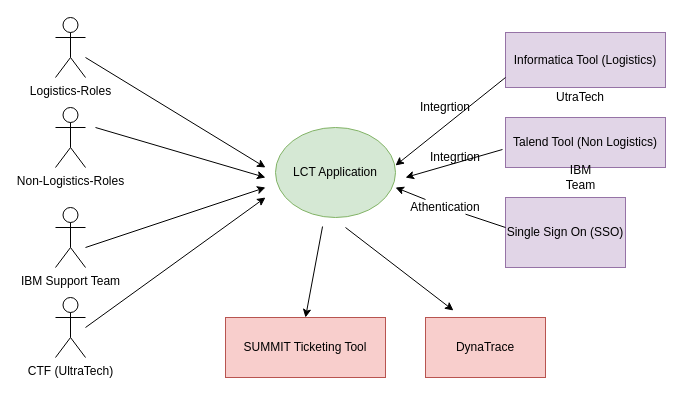
Above: page "LCT-context diagram" (4 of 4) of LCT.drawio in jmamatha/Playbooks (draw.io), before the change. Source tidied: cells renumbered, new cells numbered last; positions are measured from the earlier drawing's top-left corner, leaving out a move shared by most shapes. Both pictures are drawn from the tidied source at 100%, with x=0, y=0 at pixel (55, 17).
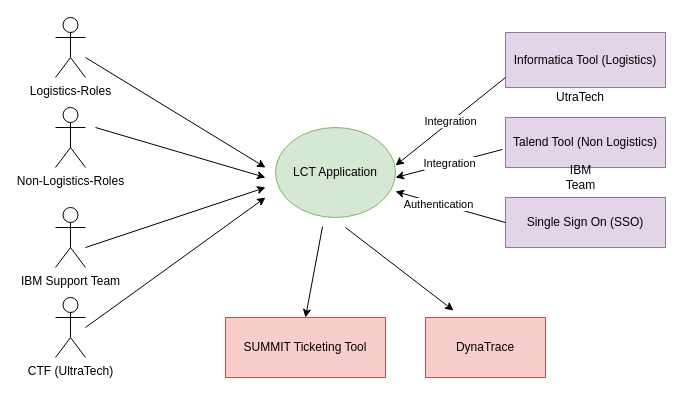
The same diagram, later.

The change refers to these unchanged cells:
```xml
<mxCell id="12" value="LCT Application" style="ellipse;whiteSpace=wrap;html=1;fillColor=#d5e8d4;strokeColor=#82b366;" parent="1" vertex="1">
  <mxGeometry x="220" y="110" width="120" height="90" as="geometry" />
</mxCell>
<mxCell id="20" value="Talend Tool (Non Logistics)" style="rounded=0;whiteSpace=wrap;html=1;fillColor=#e1d5e7;strokeColor=#9673a6;" parent="1" vertex="1">
  <mxGeometry x="450" y="100" width="160" height="50" as="geometry" />
</mxCell>
```

Change to the diagram source:
```diff
@@
     <mxCell id="13" value="Single Sign On (SSO)" style="rounded=0;whiteSpace=wrap;html=1;fillColor=#e1d5e7;strokeColor=#9673a6;" parent="1" vertex="1">
-      <mxGeometry x="450" y="180" width="120" height="70" as="geometry" />
+      <mxGeometry x="450" y="180" width="160" height="50" as="geometry" />
     </mxCell>
@@
-    <mxCell id="15" style="endArrow=classic;html=1;startArrow=none;" parent="1" edge="1" source="25">
-      <mxGeometry relative="1" as="geometry">
-        <mxPoint x="340" y="170" as="targetPoint" />
-      </mxGeometry>
-    </mxCell>
@@
-    <mxCell id="18" style="endArrow=classic;html=1;entryX=1;entryY=0.422;entryDx=0;entryDy=0;entryPerimeter=0;" parent="1" edge="1" target="12">
+    <mxCell id="18" value="Integration" style="endArrow=classic;html=1;entryX=1;entryY=0.422;entryDx=0;entryDy=0;entryPerimeter=0;" parent="1" edge="1" target="12">
       <mxGeometry relative="1" as="geometry">
         <mxPoint x="450" y="60" as="sourcePoint" />
       </mxGeometry>
     </mxCell>
@@
-    <mxCell id="22" value="Integrtion" style="text;html=1;strokeColor=none;fillColor=none;align=center;verticalAlign=middle;whiteSpace=wrap;rounded=0;" parent="1" vertex="1">
-      <mxGeometry x="370" y="80" width="40" height="20" as="geometry" />
-    </mxCell>
-    <mxCell id="23" style="endArrow=classic;html=1;exitX=-0.019;exitY=0.64;exitDx=0;exitDy=0;exitPerimeter=0;" parent="1" edge="1" source="20">
+    <mxCell id="23" value="Integration" style="endArrow=classic;html=1;exitX=-0.019;exitY=0.64;exitDx=0;exitDy=0;exitPerimeter=0;" parent="1" edge="1" source="20">
       <mxGeometry relative="1" as="geometry">
-        <mxPoint x="350" y="160" as="targetPoint" />
+        <mxPoint x="340" y="160" as="targetPoint" />
       </mxGeometry>
     </mxCell>
-    <mxCell id="24" value="Integrtion" style="text;html=1;strokeColor=none;fillColor=none;align=center;verticalAlign=middle;whiteSpace=wrap;rounded=0;" parent="1" vertex="1">
-      <mxGeometry x="380" y="130" width="40" height="20" as="geometry" />
-    </mxCell>
-    <mxCell id="25" value="Athentication" style="text;html=1;strokeColor=none;fillColor=none;align=center;verticalAlign=middle;whiteSpace=wrap;rounded=0;" parent="1" vertex="1">
-      <mxGeometry x="370" y="180" width="40" height="20" as="geometry" />
-    </mxCell>
-    <mxCell id="26" style="endArrow=none;html=1;" parent="1" edge="1" target="25">
-      <mxGeometry relative="1" as="geometry">
-        <mxPoint x="450" y="210" as="sourcePoint" />
-      </mxGeometry>
-    </mxCell>
+    <mxCell id="27" style="endArrow=classic;html=1;exitX=0;exitY=0.5;exitDx=0;exitDy=0;" parent="1" edge="1" source="13">
+      <mxGeometry relative="1" as="geometry">
+        <mxPoint x="340" y="174" as="targetPoint" />
+      </mxGeometry>
+    </mxCell>
+    <mxCell id="28" value="Authentication" style="edgeLabel;html=1;align=center;verticalAlign=middle;" parent="27" vertex="1">
+      <mxGeometry x="0.22" relative="1" as="geometry" />
+    </mxCell>
```
